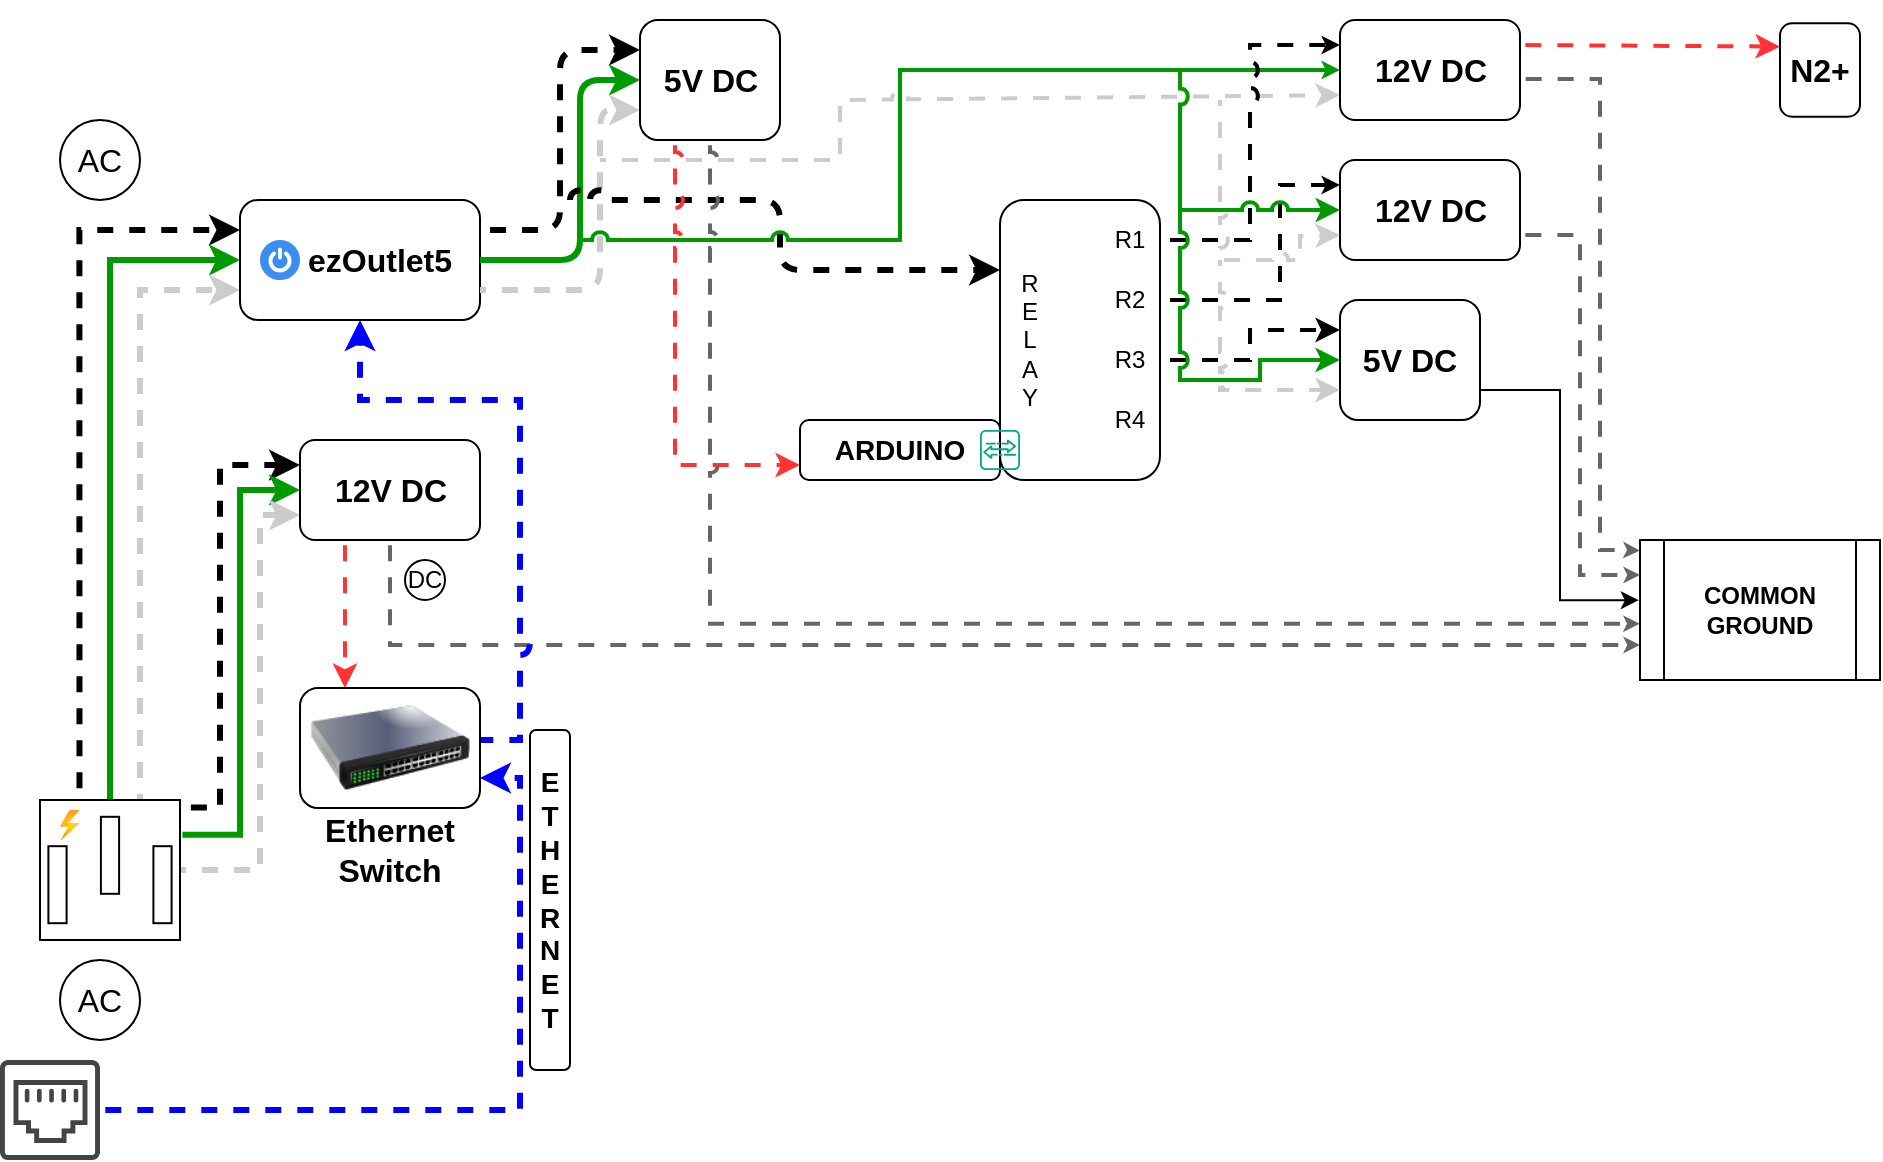
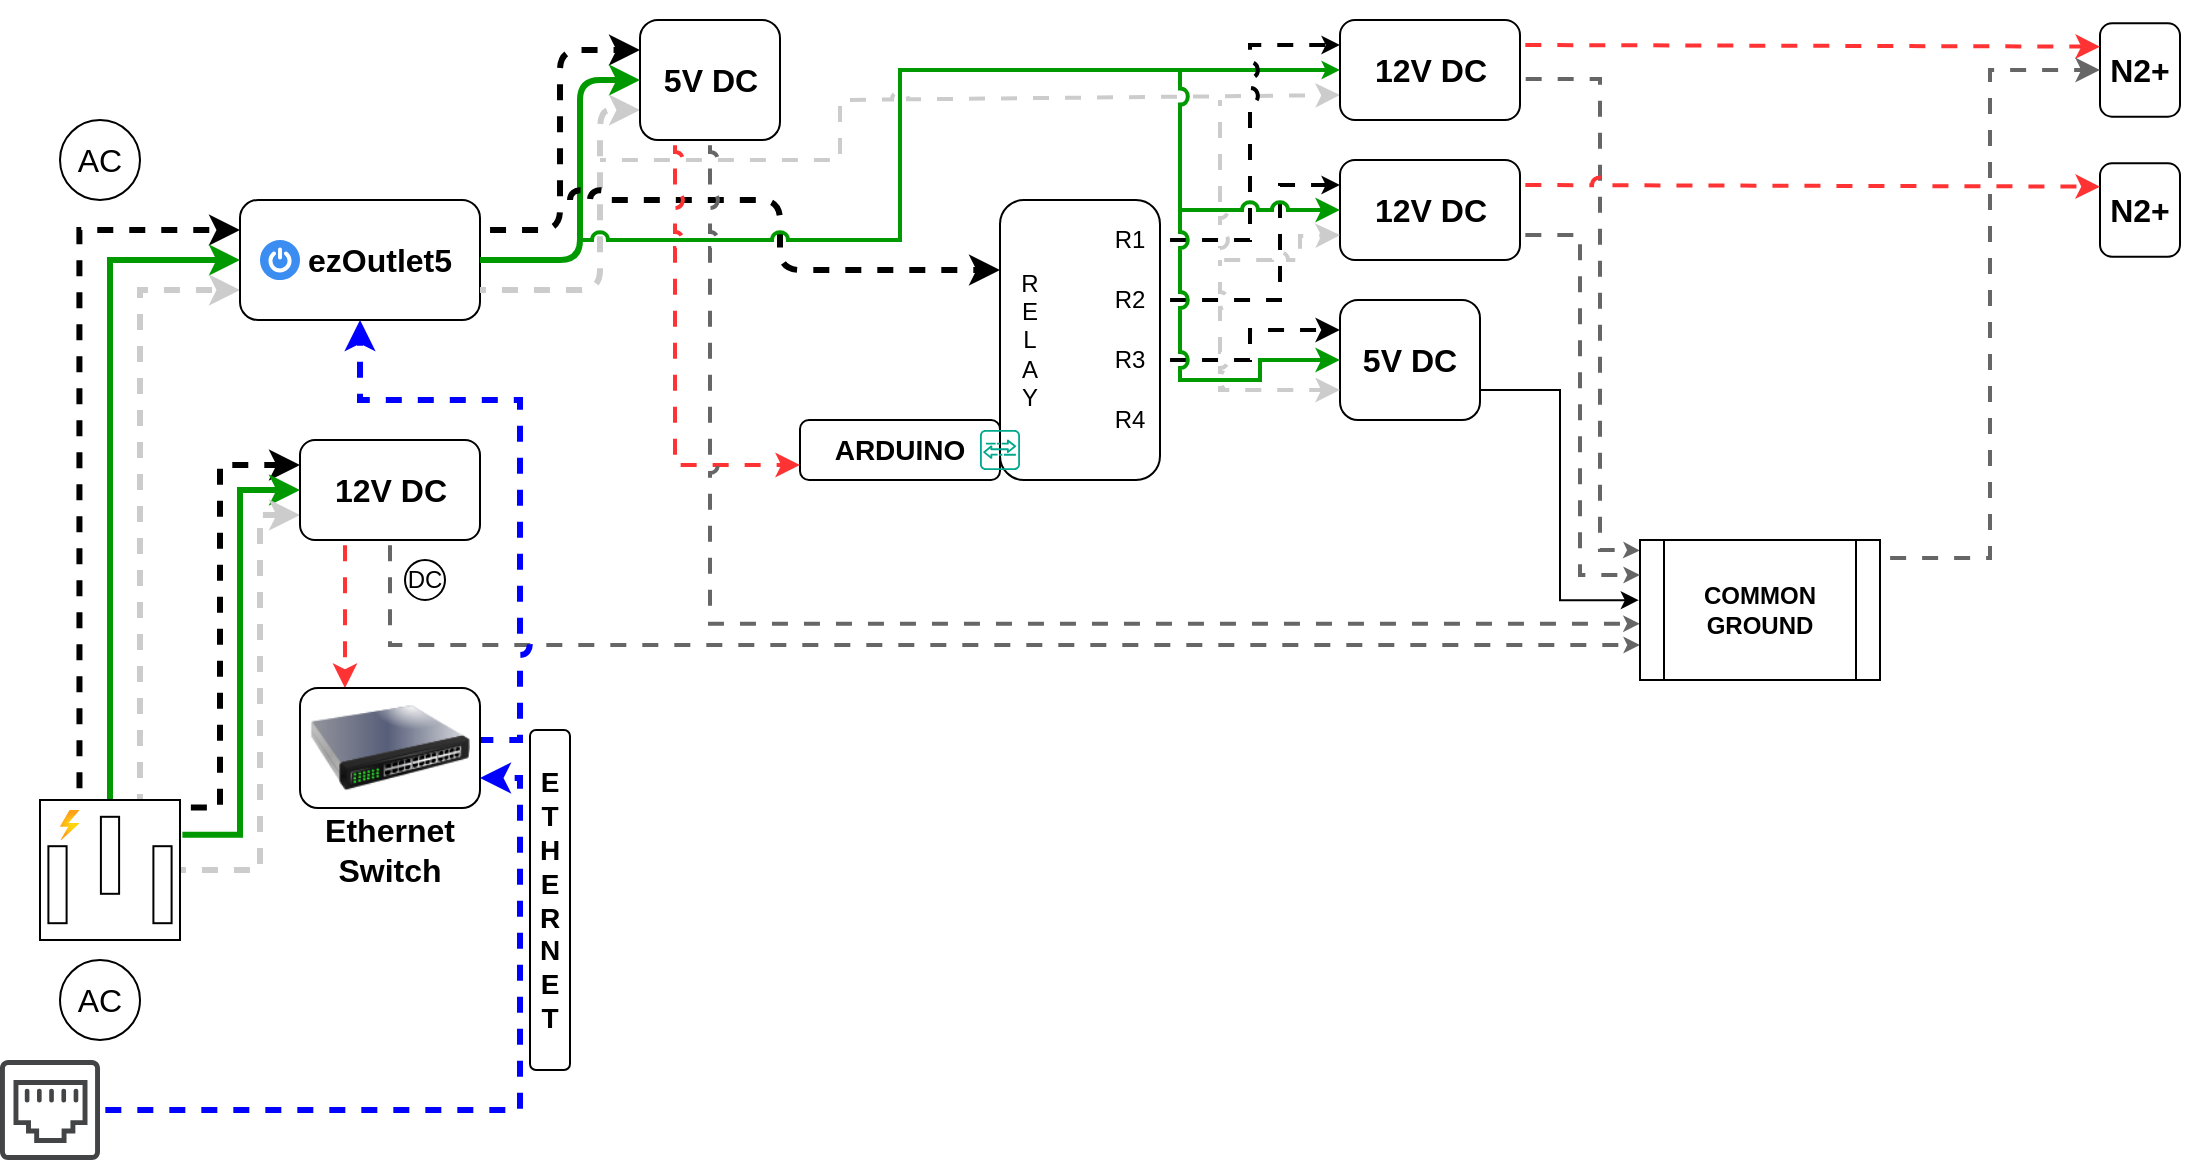
<mxfile host="app.diagrams.net" agent="Mozilla/5.0 (Windows NT 10.0; Win64; x64) AppleWebKit/537.36 (KHTML, like Gecko) Chrome/131.0.0.0 Safari/537.36 Edg/131.0.0.0" version="25.0.3">
  <diagram name="Page-1" id="VlRkN-xOVygPYa-iD9Ir">
-     <mxGraphModel dx="467" dy="292" grid="1" gridSize="10" guides="1" tooltips="1" connect="1" arrows="1" fold="1" page="1" pageScale="1" pageWidth="1600" pageHeight="900" background="none" math="0" shadow="0">
+     <mxGraphModel dx="1050" dy="658" grid="1" gridSize="10" guides="1" tooltips="1" connect="1" arrows="1" fold="1" page="1" pageScale="1" pageWidth="1600" pageHeight="900" background="none" math="0" shadow="0">
      <root>
        <mxCell id="0" />
        <mxCell id="1" parent="0" />
        <mxCell id="JVLtuT8sySUBbFbLTn6r-3" style="edgeStyle=orthogonalEdgeStyle;rounded=0;orthogonalLoop=1;jettySize=auto;html=1;entryX=0;entryY=0.25;entryDx=0;entryDy=0;exitX=0.282;exitY=-0.013;exitDx=0;exitDy=0;exitPerimeter=0;strokeWidth=3;flowAnimation=1;flowAnimationDirection=alternate;flowAnimationTimingFunction=ease-in-out;flowAnimationDuration=1500;jumpStyle=arc;" parent="1" source="pD8juBFKP1GN8B8eYQTb-1" target="pD8juBFKP1GN8B8eYQTb-3" edge="1">
          <mxGeometry relative="1" as="geometry" />
        </mxCell>
        <mxCell id="JVLtuT8sySUBbFbLTn6r-4" style="edgeStyle=orthogonalEdgeStyle;rounded=0;orthogonalLoop=1;jettySize=auto;html=1;exitX=0.5;exitY=0;exitDx=0;exitDy=0;exitPerimeter=0;entryX=0;entryY=0.5;entryDx=0;entryDy=0;strokeColor=#009900;strokeWidth=3;jumpStyle=arc;" parent="1" source="pD8juBFKP1GN8B8eYQTb-1" target="pD8juBFKP1GN8B8eYQTb-3" edge="1">
          <mxGeometry relative="1" as="geometry" />
        </mxCell>
        <mxCell id="JVLtuT8sySUBbFbLTn6r-5" style="edgeStyle=orthogonalEdgeStyle;rounded=0;orthogonalLoop=1;jettySize=auto;html=1;entryX=0;entryY=0.75;entryDx=0;entryDy=0;exitX=0.714;exitY=0;exitDx=0;exitDy=0;exitPerimeter=0;strokeWidth=3;strokeColor=#CCCCCC;flowAnimation=1;flowAnimationDirection=alternate-reverse;flowAnimationTimingFunction=ease-in-out;flowAnimationDuration=1500;jumpStyle=arc;" parent="1" source="pD8juBFKP1GN8B8eYQTb-1" target="pD8juBFKP1GN8B8eYQTb-3" edge="1">
          <mxGeometry relative="1" as="geometry">
            <mxPoint x="120" y="320" as="targetPoint" />
          </mxGeometry>
        </mxCell>
        <mxCell id="JVLtuT8sySUBbFbLTn6r-6" style="edgeStyle=orthogonalEdgeStyle;rounded=0;orthogonalLoop=1;jettySize=auto;html=1;entryX=0;entryY=0.25;entryDx=0;entryDy=0;exitX=1.006;exitY=0.054;exitDx=0;exitDy=0;exitPerimeter=0;strokeWidth=3;flowAnimation=1;flowAnimationDirection=alternate;flowAnimationTimingFunction=ease-in-out;flowAnimationDuration=1500;jumpStyle=arc;" parent="1" source="pD8juBFKP1GN8B8eYQTb-1" target="pD8juBFKP1GN8B8eYQTb-24" edge="1">
          <mxGeometry relative="1" as="geometry">
            <Array as="points">
              <mxPoint x="120" y="404" />
              <mxPoint x="120" y="233" />
            </Array>
          </mxGeometry>
        </mxCell>
        <mxCell id="JVLtuT8sySUBbFbLTn6r-7" style="edgeStyle=orthogonalEdgeStyle;rounded=0;orthogonalLoop=1;jettySize=auto;html=1;entryX=0;entryY=0.5;entryDx=0;entryDy=0;exitX=1.017;exitY=0.249;exitDx=0;exitDy=0;exitPerimeter=0;strokeWidth=3;strokeColor=#009900;jumpStyle=arc;" parent="1" source="pD8juBFKP1GN8B8eYQTb-1" target="pD8juBFKP1GN8B8eYQTb-24" edge="1">
          <mxGeometry relative="1" as="geometry" />
        </mxCell>
        <mxCell id="JVLtuT8sySUBbFbLTn6r-8" style="edgeStyle=orthogonalEdgeStyle;rounded=0;orthogonalLoop=1;jettySize=auto;html=1;entryX=0;entryY=0.75;entryDx=0;entryDy=0;strokeColor=#CCCCCC;strokeWidth=3;flowAnimation=1;flowAnimationDirection=alternate-reverse;flowAnimationTimingFunction=ease-in-out;flowAnimationDuration=1500;jumpStyle=arc;" parent="1" source="pD8juBFKP1GN8B8eYQTb-1" target="pD8juBFKP1GN8B8eYQTb-24" edge="1">
          <mxGeometry relative="1" as="geometry">
            <Array as="points">
              <mxPoint x="140" y="435" />
              <mxPoint x="140" y="258" />
            </Array>
          </mxGeometry>
        </mxCell>
        <mxCell id="JVLtuT8sySUBbFbLTn6r-1" value="" style="group" parent="1" vertex="1" connectable="0">
          <mxGeometry x="30" y="480" width="60" height="40" as="geometry" />
        </mxCell>
        <mxCell id="pD8juBFKP1GN8B8eYQTb-22" value="AC" style="text;html=1;align=center;verticalAlign=middle;whiteSpace=wrap;rounded=0;fontSize=16;" parent="JVLtuT8sySUBbFbLTn6r-1" vertex="1">
          <mxGeometry y="5" width="60" height="30" as="geometry" />
        </mxCell>
        <mxCell id="pD8juBFKP1GN8B8eYQTb-23" value="" style="ellipse;whiteSpace=wrap;html=1;fillColor=none;" parent="JVLtuT8sySUBbFbLTn6r-1" vertex="1">
          <mxGeometry x="10" width="40" height="40" as="geometry" />
        </mxCell>
        <mxCell id="JVLtuT8sySUBbFbLTn6r-2" value="" style="group" parent="1" vertex="1" connectable="0">
          <mxGeometry x="30" y="60" width="60" height="40" as="geometry" />
        </mxCell>
        <mxCell id="pD8juBFKP1GN8B8eYQTb-9" value="" style="ellipse;whiteSpace=wrap;html=1;fillColor=none;" parent="JVLtuT8sySUBbFbLTn6r-2" vertex="1">
          <mxGeometry x="10" width="40" height="40" as="geometry" />
        </mxCell>
        <mxCell id="pD8juBFKP1GN8B8eYQTb-11" value="AC" style="text;html=1;align=center;verticalAlign=middle;whiteSpace=wrap;rounded=0;fontSize=16;" parent="JVLtuT8sySUBbFbLTn6r-2" vertex="1">
          <mxGeometry y="5" width="60" height="30" as="geometry" />
        </mxCell>
        <mxCell id="JVLtuT8sySUBbFbLTn6r-9" value="" style="group" parent="1" vertex="1" connectable="0">
          <mxGeometry x="130" y="100" width="120" height="60" as="geometry" />
        </mxCell>
        <mxCell id="JVLtuT8sySUBbFbLTn6r-16" value="" style="group" parent="JVLtuT8sySUBbFbLTn6r-9" vertex="1" connectable="0">
          <mxGeometry width="120" height="60" as="geometry" />
        </mxCell>
        <mxCell id="pD8juBFKP1GN8B8eYQTb-3" value="" style="rounded=1;whiteSpace=wrap;html=1;" parent="JVLtuT8sySUBbFbLTn6r-16" vertex="1">
          <mxGeometry width="120" height="60" as="geometry" />
        </mxCell>
        <mxCell id="JVLtuT8sySUBbFbLTn6r-13" value="" style="sketch=0;html=1;aspect=fixed;strokeColor=none;shadow=0;fillColor=#3B8DF1;verticalAlign=top;labelPosition=center;verticalLabelPosition=bottom;shape=mxgraph.gcp2.a7_power" parent="JVLtuT8sySUBbFbLTn6r-16" vertex="1">
          <mxGeometry x="10" y="20" width="20" height="20" as="geometry" />
        </mxCell>
        <mxCell id="pD8juBFKP1GN8B8eYQTb-15" value="&lt;b&gt;ezOutlet5&lt;/b&gt;" style="text;html=1;align=center;verticalAlign=middle;whiteSpace=wrap;rounded=0;fontSize=16;" parent="JVLtuT8sySUBbFbLTn6r-16" vertex="1">
          <mxGeometry x="40" y="10" width="60" height="40" as="geometry" />
        </mxCell>
        <mxCell id="JVLtuT8sySUBbFbLTn6r-11" value="" style="group" parent="1" vertex="1" connectable="0">
          <mxGeometry x="160" y="220" width="90" height="50" as="geometry" />
        </mxCell>
        <mxCell id="JVLtuT8sySUBbFbLTn6r-72" value="" style="group" parent="JVLtuT8sySUBbFbLTn6r-11" vertex="1" connectable="0">
          <mxGeometry width="90" height="50" as="geometry" />
        </mxCell>
        <mxCell id="pD8juBFKP1GN8B8eYQTb-24" value="" style="rounded=1;whiteSpace=wrap;html=1;" parent="JVLtuT8sySUBbFbLTn6r-72" vertex="1">
          <mxGeometry width="90" height="50" as="geometry" />
        </mxCell>
        <mxCell id="JVLtuT8sySUBbFbLTn6r-10" value="&lt;font style=&quot;font-size: 16px;&quot;&gt;&lt;b&gt;12V DC&lt;/b&gt;&lt;/font&gt;" style="text;html=1;align=center;verticalAlign=middle;whiteSpace=wrap;rounded=0;" parent="JVLtuT8sySUBbFbLTn6r-72" vertex="1">
          <mxGeometry x="15.75" y="10" width="58.5" height="30" as="geometry" />
        </mxCell>
        <mxCell id="JVLtuT8sySUBbFbLTn6r-18" value="" style="group" parent="1" vertex="1" connectable="0">
          <mxGeometry x="30" y="400" width="70" height="70" as="geometry" />
        </mxCell>
        <mxCell id="pD8juBFKP1GN8B8eYQTb-1" value="" style="pointerEvents=1;verticalLabelPosition=bottom;shadow=0;dashed=0;align=center;html=1;verticalAlign=top;shape=mxgraph.electrical.miscellaneous.ac_out" parent="JVLtuT8sySUBbFbLTn6r-18" vertex="1">
          <mxGeometry width="70" height="70" as="geometry" />
        </mxCell>
        <mxCell id="JVLtuT8sySUBbFbLTn6r-12" value="" style="image;aspect=fixed;html=1;points=[];align=center;fontSize=12;image=img/lib/azure2/general/Power.svg;" parent="JVLtuT8sySUBbFbLTn6r-18" vertex="1">
          <mxGeometry x="10" y="5" width="9.72" height="15" as="geometry" />
        </mxCell>
        <mxCell id="JVLtuT8sySUBbFbLTn6r-23" style="edgeStyle=orthogonalEdgeStyle;rounded=0;orthogonalLoop=1;jettySize=auto;html=1;entryX=0.25;entryY=0;entryDx=0;entryDy=0;exitX=0.25;exitY=1;exitDx=0;exitDy=0;strokeColor=#FF3333;strokeWidth=2;flowAnimation=1;jumpStyle=arc;" parent="1" source="pD8juBFKP1GN8B8eYQTb-24" target="JVLtuT8sySUBbFbLTn6r-19" edge="1">
          <mxGeometry relative="1" as="geometry" />
        </mxCell>
        <mxCell id="JVLtuT8sySUBbFbLTn6r-28" value="" style="group" parent="1" vertex="1" connectable="0">
          <mxGeometry x="210" y="280" width="25" height="20" as="geometry" />
        </mxCell>
        <mxCell id="JVLtuT8sySUBbFbLTn6r-26" value="" style="ellipse;whiteSpace=wrap;html=1;aspect=fixed;" parent="JVLtuT8sySUBbFbLTn6r-28" vertex="1">
          <mxGeometry x="2.5" width="20" height="20" as="geometry" />
        </mxCell>
        <mxCell id="JVLtuT8sySUBbFbLTn6r-27" value="&lt;font&gt;DC&lt;/font&gt;" style="text;html=1;align=center;verticalAlign=middle;whiteSpace=wrap;rounded=0;" parent="JVLtuT8sySUBbFbLTn6r-28" vertex="1">
          <mxGeometry y="2.5" width="25" height="15" as="geometry" />
        </mxCell>
        <mxCell id="JVLtuT8sySUBbFbLTn6r-29" style="edgeStyle=orthogonalEdgeStyle;rounded=0;orthogonalLoop=1;jettySize=auto;html=1;exitX=0.5;exitY=1;exitDx=0;exitDy=0;strokeWidth=2;flowAnimation=1;strokeColor=#666666;jumpStyle=arc;entryX=0;entryY=0.75;entryDx=0;entryDy=0;endSize=2;" parent="1" source="pD8juBFKP1GN8B8eYQTb-24" target="0aRQkGjj-KWWZOeJOGup-9" edge="1">
          <mxGeometry relative="1" as="geometry">
            <mxPoint x="810" y="370" as="targetPoint" />
          </mxGeometry>
        </mxCell>
        <mxCell id="JVLtuT8sySUBbFbLTn6r-30" style="edgeStyle=orthogonalEdgeStyle;rounded=0;orthogonalLoop=1;jettySize=auto;html=1;exitX=1;exitY=0.5;exitDx=0;exitDy=0;entryX=0.5;entryY=1;entryDx=0;entryDy=0;strokeColor=#0000FF;strokeWidth=3;flowAnimation=1;jumpStyle=arc;" parent="1" source="JVLtuT8sySUBbFbLTn6r-19" target="pD8juBFKP1GN8B8eYQTb-3" edge="1">
          <mxGeometry relative="1" as="geometry">
            <Array as="points">
              <mxPoint x="270" y="370" />
              <mxPoint x="270" y="200" />
              <mxPoint x="190" y="200" />
            </Array>
          </mxGeometry>
        </mxCell>
        <mxCell id="JVLtuT8sySUBbFbLTn6r-33" value="" style="rounded=1;whiteSpace=wrap;html=1;" parent="1" vertex="1">
          <mxGeometry x="510" y="100" width="80" height="140" as="geometry" />
        </mxCell>
        <mxCell id="JVLtuT8sySUBbFbLTn6r-35" style="edgeStyle=orthogonalEdgeStyle;rounded=1;orthogonalLoop=1;jettySize=auto;html=1;exitX=1;exitY=0.25;exitDx=0;exitDy=0;entryX=0;entryY=0.25;entryDx=0;entryDy=0;curved=0;strokeWidth=3;flowAnimation=1;flowAnimationDirection=alternate;flowAnimationTimingFunction=ease-in-out;flowAnimationDuration=1500;jumpStyle=arc;" parent="1" source="pD8juBFKP1GN8B8eYQTb-3" target="JVLtuT8sySUBbFbLTn6r-34" edge="1">
          <mxGeometry relative="1" as="geometry" />
        </mxCell>
        <mxCell id="JVLtuT8sySUBbFbLTn6r-36" style="edgeStyle=orthogonalEdgeStyle;rounded=1;orthogonalLoop=1;jettySize=auto;html=1;exitX=1;exitY=0.5;exitDx=0;exitDy=0;entryX=0;entryY=0.5;entryDx=0;entryDy=0;curved=0;strokeWidth=3;strokeColor=#009900;jumpStyle=arc;" parent="1" source="pD8juBFKP1GN8B8eYQTb-3" target="JVLtuT8sySUBbFbLTn6r-34" edge="1">
          <mxGeometry relative="1" as="geometry">
            <Array as="points">
              <mxPoint x="300" y="130" />
              <mxPoint x="300" y="40" />
            </Array>
          </mxGeometry>
        </mxCell>
        <mxCell id="JVLtuT8sySUBbFbLTn6r-37" style="edgeStyle=orthogonalEdgeStyle;rounded=1;orthogonalLoop=1;jettySize=auto;html=1;exitX=1;exitY=0.75;exitDx=0;exitDy=0;entryX=0;entryY=0.75;entryDx=0;entryDy=0;curved=0;strokeColor=#CCCCCC;strokeWidth=3;flowAnimation=1;flowAnimationDirection=alternate-reverse;flowAnimationTimingFunction=ease-in-out;flowAnimationDuration=1500;jumpStyle=arc;" parent="1" source="pD8juBFKP1GN8B8eYQTb-3" target="JVLtuT8sySUBbFbLTn6r-34" edge="1">
          <mxGeometry relative="1" as="geometry">
            <Array as="points">
              <mxPoint x="310" y="145" />
              <mxPoint x="310" y="55" />
            </Array>
          </mxGeometry>
        </mxCell>
        <mxCell id="JVLtuT8sySUBbFbLTn6r-40" value="" style="endArrow=classic;html=1;rounded=1;curved=0;entryX=0;entryY=0.25;entryDx=0;entryDy=0;jumpStyle=arc;strokeWidth=3;flowAnimation=1;flowAnimationDirection=alternate;flowAnimationTimingFunction=ease-in-out;flowAnimationDuration=1500;" parent="1" target="JVLtuT8sySUBbFbLTn6r-33" edge="1">
          <mxGeometry width="50" height="50" relative="1" as="geometry">
            <mxPoint x="290" y="100" as="sourcePoint" />
            <mxPoint x="410" y="170" as="targetPoint" />
            <Array as="points">
              <mxPoint x="400" y="100" />
              <mxPoint x="400" y="135" />
            </Array>
          </mxGeometry>
        </mxCell>
        <mxCell id="JVLtuT8sySUBbFbLTn6r-51" value="" style="group" parent="1" vertex="1" connectable="0">
          <mxGeometry x="160" y="344" width="90" height="96" as="geometry" />
        </mxCell>
        <mxCell id="JVLtuT8sySUBbFbLTn6r-21" value="" style="group" parent="JVLtuT8sySUBbFbLTn6r-51" vertex="1" connectable="0">
          <mxGeometry width="90" height="70" as="geometry" />
        </mxCell>
        <mxCell id="JVLtuT8sySUBbFbLTn6r-50" value="" style="group" parent="JVLtuT8sySUBbFbLTn6r-21" vertex="1" connectable="0">
          <mxGeometry width="90" height="70" as="geometry" />
        </mxCell>
        <mxCell id="JVLtuT8sySUBbFbLTn6r-19" value="" style="rounded=1;whiteSpace=wrap;html=1;" parent="JVLtuT8sySUBbFbLTn6r-50" vertex="1">
          <mxGeometry width="90" height="60" as="geometry" />
        </mxCell>
        <mxCell id="JVLtuT8sySUBbFbLTn6r-49" value="" style="image;html=1;image=img/lib/clip_art/networking/Switch_128x128.png" parent="JVLtuT8sySUBbFbLTn6r-50" vertex="1">
          <mxGeometry x="5" y="-10" width="80" height="80" as="geometry" />
        </mxCell>
        <mxCell id="JVLtuT8sySUBbFbLTn6r-20" value="&lt;b&gt;&lt;font style=&quot;font-size: 16px;&quot;&gt;Ethernet&lt;/font&gt;&lt;/b&gt;&lt;div&gt;&lt;b&gt;&lt;font style=&quot;font-size: 16px;&quot;&gt;Switch&lt;/font&gt;&lt;/b&gt;&lt;/div&gt;" style="text;html=1;align=center;verticalAlign=middle;whiteSpace=wrap;rounded=0;" parent="JVLtuT8sySUBbFbLTn6r-51" vertex="1">
          <mxGeometry x="15" y="66" width="60" height="30" as="geometry" />
        </mxCell>
        <mxCell id="JVLtuT8sySUBbFbLTn6r-53" value="" style="group" parent="1" vertex="1" connectable="0">
          <mxGeometry x="330" y="10" width="70" height="60" as="geometry" />
        </mxCell>
        <mxCell id="JVLtuT8sySUBbFbLTn6r-71" value="" style="group" parent="JVLtuT8sySUBbFbLTn6r-53" vertex="1" connectable="0">
          <mxGeometry width="70" height="60" as="geometry" />
        </mxCell>
        <mxCell id="JVLtuT8sySUBbFbLTn6r-34" value="" style="rounded=1;whiteSpace=wrap;html=1;" parent="JVLtuT8sySUBbFbLTn6r-71" vertex="1">
          <mxGeometry width="70" height="60" as="geometry" />
        </mxCell>
        <mxCell id="JVLtuT8sySUBbFbLTn6r-52" value="&lt;font style=&quot;font-size: 16px;&quot;&gt;&lt;b&gt;5&lt;/b&gt;&lt;/font&gt;&lt;b style=&quot;font-size: 16px; background-color: initial;&quot;&gt;V DC&lt;/b&gt;" style="text;html=1;align=center;verticalAlign=middle;whiteSpace=wrap;rounded=0;" parent="JVLtuT8sySUBbFbLTn6r-71" vertex="1">
          <mxGeometry x="5.75" y="15" width="58.5" height="30" as="geometry" />
        </mxCell>
        <mxCell id="JVLtuT8sySUBbFbLTn6r-54" value="" style="endArrow=classic;html=1;rounded=0;entryX=0;entryY=0.5;entryDx=0;entryDy=0;jumpStyle=arc;strokeColor=#009900;strokeWidth=2;endSize=3;" parent="1" target="JVLtuT8sySUBbFbLTn6r-74" edge="1">
          <mxGeometry width="50" height="50" relative="1" as="geometry">
            <mxPoint x="300" y="120" as="sourcePoint" />
            <mxPoint x="350" y="80" as="targetPoint" />
            <Array as="points">
              <mxPoint x="460" y="120" />
              <mxPoint x="460" y="35" />
            </Array>
          </mxGeometry>
        </mxCell>
        <mxCell id="JVLtuT8sySUBbFbLTn6r-55" value="" style="endArrow=classic;html=1;rounded=0;entryX=0;entryY=0.75;entryDx=0;entryDy=0;strokeColor=#CCCCCC;strokeWidth=2;jumpStyle=arc;flowAnimation=1;flowAnimationDirection=alternate-reverse;flowAnimationTimingFunction=ease-in-out;flowAnimationDuration=1500;" parent="1" target="JVLtuT8sySUBbFbLTn6r-74" edge="1">
          <mxGeometry width="50" height="50" relative="1" as="geometry">
            <mxPoint x="310" y="80" as="sourcePoint" />
            <mxPoint x="350" y="140" as="targetPoint" />
            <Array as="points">
              <mxPoint x="430" y="80" />
              <mxPoint x="430" y="50" />
              <mxPoint x="520" y="50" />
            </Array>
          </mxGeometry>
        </mxCell>
        <mxCell id="JVLtuT8sySUBbFbLTn6r-56" value="R&lt;div&gt;E&lt;/div&gt;&lt;div&gt;L&lt;/div&gt;&lt;div&gt;A&lt;/div&gt;&lt;div&gt;Y&lt;/div&gt;" style="text;html=1;align=center;verticalAlign=middle;whiteSpace=wrap;rounded=0;" parent="1" vertex="1">
          <mxGeometry x="510" y="135" width="30" height="70" as="geometry" />
        </mxCell>
        <mxCell id="JVLtuT8sySUBbFbLTn6r-79" style="edgeStyle=orthogonalEdgeStyle;rounded=0;orthogonalLoop=1;jettySize=auto;html=1;exitX=1;exitY=0.5;exitDx=0;exitDy=0;entryX=0;entryY=0.25;entryDx=0;entryDy=0;strokeWidth=2;flowAnimation=1;flowAnimationDirection=alternate;flowAnimationTimingFunction=ease-in-out;flowAnimationDuration=1500;jumpStyle=arc;endSize=3;" parent="1" source="JVLtuT8sySUBbFbLTn6r-57" target="JVLtuT8sySUBbFbLTn6r-74" edge="1">
          <mxGeometry relative="1" as="geometry" />
        </mxCell>
        <mxCell id="JVLtuT8sySUBbFbLTn6r-57" value="R1" style="text;html=1;align=center;verticalAlign=middle;whiteSpace=wrap;rounded=0;" parent="1" vertex="1">
          <mxGeometry x="560" y="105" width="30" height="30" as="geometry" />
        </mxCell>
        <mxCell id="JVLtuT8sySUBbFbLTn6r-80" style="edgeStyle=orthogonalEdgeStyle;rounded=0;orthogonalLoop=1;jettySize=auto;html=1;exitX=1;exitY=0.5;exitDx=0;exitDy=0;entryX=0;entryY=0.25;entryDx=0;entryDy=0;strokeWidth=2;flowAnimation=1;flowAnimationDirection=alternate;flowAnimationTimingFunction=ease-in-out;flowAnimationDuration=1500;endSize=3;jumpStyle=arc;" parent="1" source="JVLtuT8sySUBbFbLTn6r-58" target="JVLtuT8sySUBbFbLTn6r-77" edge="1">
          <mxGeometry relative="1" as="geometry">
            <Array as="points">
              <mxPoint x="650" y="150" />
              <mxPoint x="650" y="93" />
            </Array>
          </mxGeometry>
        </mxCell>
        <mxCell id="JVLtuT8sySUBbFbLTn6r-58" value="R2" style="text;html=1;align=center;verticalAlign=middle;whiteSpace=wrap;rounded=0;" parent="1" vertex="1">
          <mxGeometry x="560" y="135" width="30" height="30" as="geometry" />
        </mxCell>
        <mxCell id="JVLtuT8sySUBbFbLTn6r-81" style="edgeStyle=orthogonalEdgeStyle;rounded=0;orthogonalLoop=1;jettySize=auto;html=1;exitX=1;exitY=0.5;exitDx=0;exitDy=0;entryX=0;entryY=0.25;entryDx=0;entryDy=0;strokeWidth=2;flowAnimation=1;flowAnimationDirection=alternate;flowAnimationTimingFunction=ease-in-out;flowAnimationDuration=1500;jumpStyle=arc;" parent="1" source="JVLtuT8sySUBbFbLTn6r-59" target="JVLtuT8sySUBbFbLTn6r-63" edge="1">
          <mxGeometry relative="1" as="geometry" />
        </mxCell>
        <mxCell id="JVLtuT8sySUBbFbLTn6r-59" value="R3" style="text;html=1;align=center;verticalAlign=middle;whiteSpace=wrap;rounded=0;" parent="1" vertex="1">
          <mxGeometry x="560" y="165" width="30" height="30" as="geometry" />
        </mxCell>
        <mxCell id="JVLtuT8sySUBbFbLTn6r-60" value="R4" style="text;html=1;align=center;verticalAlign=middle;whiteSpace=wrap;rounded=0;" parent="1" vertex="1">
          <mxGeometry x="560" y="195" width="30" height="30" as="geometry" />
        </mxCell>
        <mxCell id="JVLtuT8sySUBbFbLTn6r-67" value="" style="group" parent="1" vertex="1" connectable="0">
          <mxGeometry x="680" y="150" width="70" height="60" as="geometry" />
        </mxCell>
        <mxCell id="JVLtuT8sySUBbFbLTn6r-63" value="" style="rounded=1;whiteSpace=wrap;html=1;" parent="JVLtuT8sySUBbFbLTn6r-67" vertex="1">
          <mxGeometry width="70" height="60" as="geometry" />
        </mxCell>
        <mxCell id="JVLtuT8sySUBbFbLTn6r-62" value="" style="group" parent="JVLtuT8sySUBbFbLTn6r-67" vertex="1" connectable="0">
          <mxGeometry x="5" y="5" width="60" height="50" as="geometry" />
        </mxCell>
        <mxCell id="JVLtuT8sySUBbFbLTn6r-64" value="&lt;font style=&quot;font-size: 16px;&quot;&gt;&lt;b&gt;5&lt;/b&gt;&lt;/font&gt;&lt;b style=&quot;font-size: 16px; background-color: initial;&quot;&gt;V DC&lt;/b&gt;" style="text;html=1;align=center;verticalAlign=middle;whiteSpace=wrap;rounded=0;" parent="JVLtuT8sySUBbFbLTn6r-62" vertex="1">
          <mxGeometry x="4.928571428571428" y="12.5" width="50.14285714285714" height="25" as="geometry" />
        </mxCell>
        <mxCell id="JVLtuT8sySUBbFbLTn6r-73" value="" style="group" parent="1" vertex="1" connectable="0">
          <mxGeometry x="680" y="10" width="90" height="50" as="geometry" />
        </mxCell>
        <mxCell id="JVLtuT8sySUBbFbLTn6r-74" value="" style="rounded=1;whiteSpace=wrap;html=1;" parent="JVLtuT8sySUBbFbLTn6r-73" vertex="1">
          <mxGeometry width="90" height="50" as="geometry" />
        </mxCell>
        <mxCell id="JVLtuT8sySUBbFbLTn6r-75" value="&lt;font style=&quot;font-size: 16px;&quot;&gt;&lt;b&gt;12V DC&lt;/b&gt;&lt;/font&gt;" style="text;html=1;align=center;verticalAlign=middle;whiteSpace=wrap;rounded=0;" parent="JVLtuT8sySUBbFbLTn6r-73" vertex="1">
          <mxGeometry x="15.75" y="10" width="58.5" height="30" as="geometry" />
        </mxCell>
        <mxCell id="JVLtuT8sySUBbFbLTn6r-76" value="" style="group" parent="1" vertex="1" connectable="0">
          <mxGeometry x="680" y="80" width="90" height="50" as="geometry" />
        </mxCell>
        <mxCell id="JVLtuT8sySUBbFbLTn6r-77" value="" style="rounded=1;whiteSpace=wrap;html=1;" parent="JVLtuT8sySUBbFbLTn6r-76" vertex="1">
          <mxGeometry width="90" height="50" as="geometry" />
        </mxCell>
        <mxCell id="JVLtuT8sySUBbFbLTn6r-78" value="&lt;font style=&quot;font-size: 16px;&quot;&gt;&lt;b&gt;12V DC&lt;/b&gt;&lt;/font&gt;" style="text;html=1;align=center;verticalAlign=middle;whiteSpace=wrap;rounded=0;" parent="JVLtuT8sySUBbFbLTn6r-76" vertex="1">
          <mxGeometry x="15.75" y="10" width="58.5" height="30" as="geometry" />
        </mxCell>
        <mxCell id="JVLtuT8sySUBbFbLTn6r-82" value="" style="endArrow=classic;html=1;rounded=0;entryX=0;entryY=0.5;entryDx=0;entryDy=0;jumpStyle=arc;strokeColor=#009900;strokeWidth=2;" parent="1" target="JVLtuT8sySUBbFbLTn6r-77" edge="1">
          <mxGeometry width="50" height="50" relative="1" as="geometry">
            <mxPoint x="600" y="35" as="sourcePoint" />
            <mxPoint x="660" y="105" as="targetPoint" />
            <Array as="points">
              <mxPoint x="600" y="105" />
            </Array>
          </mxGeometry>
        </mxCell>
        <mxCell id="JVLtuT8sySUBbFbLTn6r-83" value="" style="endArrow=classic;html=1;rounded=0;entryX=0;entryY=0.75;entryDx=0;entryDy=0;strokeWidth=2;strokeColor=#CCCCCC;flowAnimation=1;flowAnimationTimingFunction=ease-in-out;flowAnimationDirection=alternate-reverse;jumpStyle=arc;flowAnimationDuration=1500;" parent="1" target="JVLtuT8sySUBbFbLTn6r-77" edge="1">
          <mxGeometry width="50" height="50" relative="1" as="geometry">
            <mxPoint x="620" y="50" as="sourcePoint" />
            <mxPoint x="480" y="40" as="targetPoint" />
            <Array as="points">
              <mxPoint x="620" y="130" />
              <mxPoint x="660" y="130" />
              <mxPoint x="660" y="118" />
            </Array>
          </mxGeometry>
        </mxCell>
        <mxCell id="JVLtuT8sySUBbFbLTn6r-88" value="" style="endArrow=classic;html=1;rounded=0;entryX=0;entryY=0.5;entryDx=0;entryDy=0;strokeColor=#009900;strokeWidth=2;jumpStyle=arc;" parent="1" target="JVLtuT8sySUBbFbLTn6r-63" edge="1">
          <mxGeometry width="50" height="50" relative="1" as="geometry">
            <mxPoint x="600" y="100" as="sourcePoint" />
            <mxPoint x="600" y="140" as="targetPoint" />
            <Array as="points">
              <mxPoint x="600" y="190" />
              <mxPoint x="640" y="190" />
              <mxPoint x="640" y="180" />
            </Array>
          </mxGeometry>
        </mxCell>
        <mxCell id="JVLtuT8sySUBbFbLTn6r-89" value="" style="endArrow=classic;html=1;rounded=0;entryX=0;entryY=0.75;entryDx=0;entryDy=0;strokeWidth=2;strokeColor=#CCCCCC;flowAnimation=1;jumpStyle=arc;flowAnimationTimingFunction=ease-in-out;flowAnimationDirection=alternate-reverse;flowAnimationDuration=1500;" parent="1" target="JVLtuT8sySUBbFbLTn6r-63" edge="1">
          <mxGeometry width="50" height="50" relative="1" as="geometry">
            <mxPoint x="620" y="130" as="sourcePoint" />
            <mxPoint x="600" y="100" as="targetPoint" />
            <Array as="points">
              <mxPoint x="620" y="195" />
            </Array>
          </mxGeometry>
        </mxCell>
        <mxCell id="JVLtuT8sySUBbFbLTn6r-90" value="&lt;b&gt;&lt;font style=&quot;font-size: 14px;&quot;&gt;ARDUINO&lt;/font&gt;&lt;/b&gt;" style="rounded=1;whiteSpace=wrap;html=1;" parent="1" vertex="1">
          <mxGeometry x="410" y="210" width="100" height="30" as="geometry" />
        </mxCell>
        <mxCell id="JVLtuT8sySUBbFbLTn6r-91" style="edgeStyle=orthogonalEdgeStyle;rounded=0;orthogonalLoop=1;jettySize=auto;html=1;exitX=0.25;exitY=1;exitDx=0;exitDy=0;entryX=0;entryY=0.75;entryDx=0;entryDy=0;strokeWidth=2;flowAnimation=1;strokeColor=#FF3333;jumpStyle=arc;" parent="1" source="JVLtuT8sySUBbFbLTn6r-34" target="JVLtuT8sySUBbFbLTn6r-90" edge="1">
          <mxGeometry relative="1" as="geometry" />
        </mxCell>
        <mxCell id="JVLtuT8sySUBbFbLTn6r-92" style="edgeStyle=orthogonalEdgeStyle;rounded=0;orthogonalLoop=1;jettySize=auto;html=1;exitX=0.5;exitY=1;exitDx=0;exitDy=0;entryX=-0.001;entryY=0.598;entryDx=0;entryDy=0;strokeWidth=2;flowAnimation=1;strokeColor=#666666;jumpStyle=arc;endSize=2;entryPerimeter=0;" parent="1" source="JVLtuT8sySUBbFbLTn6r-34" target="0aRQkGjj-KWWZOeJOGup-9" edge="1">
          <mxGeometry relative="1" as="geometry" />
        </mxCell>
        <mxCell id="JVLtuT8sySUBbFbLTn6r-93" value="" style="sketch=0;outlineConnect=0;fontColor=#232F3E;gradientColor=none;fillColor=#01A88D;strokeColor=none;dashed=0;verticalLabelPosition=bottom;verticalAlign=top;align=center;html=1;fontSize=12;fontStyle=0;aspect=fixed;shape=mxgraph.aws4.agent2;" parent="1" vertex="1">
          <mxGeometry x="500" y="215" width="20" height="20" as="geometry" />
        </mxCell>
-         <mxCell id="0aRQkGjj-KWWZOeJOGup-1" value="" style="endArrow=classic;html=1;rounded=0;entryX=1;entryY=0.75;entryDx=0;entryDy=0;strokeWidth=3;strokeColor=#0000FF;flowAnimation=1;jumpStyle=arc;" edge="1" parent="1" source="0aRQkGjj-KWWZOeJOGup-3" target="JVLtuT8sySUBbFbLTn6r-19">
+         <mxCell id="0aRQkGjj-KWWZOeJOGup-1" value="" style="endArrow=classic;html=1;rounded=0;entryX=1;entryY=0.75;entryDx=0;entryDy=0;strokeWidth=3;strokeColor=#0000FF;flowAnimation=1;jumpStyle=arc;" parent="1" source="0aRQkGjj-KWWZOeJOGup-3" target="JVLtuT8sySUBbFbLTn6r-19" edge="1">
          <mxGeometry width="50" height="50" relative="1" as="geometry">
            <mxPoint x="40" y="560" as="sourcePoint" />
            <mxPoint x="560" y="420" as="targetPoint" />
            <Array as="points">
              <mxPoint x="270" y="555" />
              <mxPoint x="270" y="389" />
            </Array>
          </mxGeometry>
        </mxCell>
-         <mxCell id="0aRQkGjj-KWWZOeJOGup-2" value="" style="group" vertex="1" connectable="0" parent="1">
+         <mxCell id="0aRQkGjj-KWWZOeJOGup-2" value="" style="group" parent="1" vertex="1" connectable="0">
          <mxGeometry x="270" y="365" width="30" height="170" as="geometry" />
        </mxCell>
        <mxCell id="JVLtuT8sySUBbFbLTn6r-31" value="" style="rounded=1;whiteSpace=wrap;html=1;" parent="0aRQkGjj-KWWZOeJOGup-2" vertex="1">
          <mxGeometry x="5" width="20" height="170" as="geometry" />
        </mxCell>
        <mxCell id="JVLtuT8sySUBbFbLTn6r-32" value="&lt;b&gt;&lt;font style=&quot;font-size: 14px;&quot;&gt;E&lt;/font&gt;&lt;/b&gt;&lt;div&gt;&lt;b&gt;&lt;font style=&quot;font-size: 14px;&quot;&gt;T&lt;/font&gt;&lt;/b&gt;&lt;/div&gt;&lt;div&gt;&lt;b&gt;&lt;font style=&quot;font-size: 14px;&quot;&gt;H&lt;/font&gt;&lt;/b&gt;&lt;/div&gt;&lt;div&gt;&lt;b&gt;&lt;font style=&quot;font-size: 14px;&quot;&gt;E&lt;/font&gt;&lt;/b&gt;&lt;/div&gt;&lt;div&gt;&lt;b&gt;&lt;font style=&quot;font-size: 14px;&quot;&gt;R&lt;/font&gt;&lt;/b&gt;&lt;/div&gt;&lt;div&gt;&lt;b&gt;&lt;font style=&quot;font-size: 14px;&quot;&gt;N&lt;/font&gt;&lt;/b&gt;&lt;/div&gt;&lt;div&gt;&lt;b&gt;&lt;font style=&quot;font-size: 14px;&quot;&gt;E&lt;/font&gt;&lt;/b&gt;&lt;/div&gt;&lt;div&gt;&lt;b&gt;&lt;font style=&quot;font-size: 14px;&quot;&gt;T&lt;/font&gt;&lt;/b&gt;&lt;/div&gt;" style="text;html=1;align=center;verticalAlign=middle;whiteSpace=wrap;rounded=0;" parent="0aRQkGjj-KWWZOeJOGup-2" vertex="1">
          <mxGeometry y="10" width="30" height="150" as="geometry" />
        </mxCell>
-         <mxCell id="0aRQkGjj-KWWZOeJOGup-3" value="" style="sketch=0;pointerEvents=1;shadow=0;dashed=0;html=1;strokeColor=none;fillColor=#434445;aspect=fixed;labelPosition=center;verticalLabelPosition=bottom;verticalAlign=top;align=center;outlineConnect=0;shape=mxgraph.vvd.ethernet_port;" vertex="1" parent="1">
+         <mxCell id="0aRQkGjj-KWWZOeJOGup-3" value="" style="sketch=0;pointerEvents=1;shadow=0;dashed=0;html=1;strokeColor=none;fillColor=#434445;aspect=fixed;labelPosition=center;verticalLabelPosition=bottom;verticalAlign=top;align=center;outlineConnect=0;shape=mxgraph.vvd.ethernet_port;" parent="1" vertex="1">
          <mxGeometry x="10" y="530" width="50" height="50" as="geometry" />
        </mxCell>
-         <mxCell id="0aRQkGjj-KWWZOeJOGup-6" value="" style="group" vertex="1" connectable="0" parent="1">
-           <mxGeometry x="890" width="60" height="70" as="geometry" />
-         </mxCell>
-         <mxCell id="0aRQkGjj-KWWZOeJOGup-4" value="" style="rounded=1;whiteSpace=wrap;html=1;" vertex="1" parent="0aRQkGjj-KWWZOeJOGup-6">
+         <mxCell id="0aRQkGjj-KWWZOeJOGup-6" value="" style="group" parent="1" vertex="1" connectable="0">
+           <mxGeometry x="1050" width="60" height="70" as="geometry" />
+         </mxCell>
+         <mxCell id="0aRQkGjj-KWWZOeJOGup-4" value="" style="rounded=1;whiteSpace=wrap;html=1;" parent="0aRQkGjj-KWWZOeJOGup-6" vertex="1">
          <mxGeometry x="10" y="11.666666666666668" width="40" height="46.66666666666667" as="geometry" />
        </mxCell>
-         <mxCell id="0aRQkGjj-KWWZOeJOGup-5" value="&lt;b&gt;&lt;font style=&quot;font-size: 16px;&quot;&gt;N2+&lt;/font&gt;&lt;/b&gt;" style="text;html=1;align=center;verticalAlign=middle;whiteSpace=wrap;rounded=0;" vertex="1" parent="0aRQkGjj-KWWZOeJOGup-6">
+         <mxCell id="0aRQkGjj-KWWZOeJOGup-5" value="&lt;b&gt;&lt;font style=&quot;font-size: 16px;&quot;&gt;N2+&lt;/font&gt;&lt;/b&gt;" style="text;html=1;align=center;verticalAlign=middle;whiteSpace=wrap;rounded=0;" parent="0aRQkGjj-KWWZOeJOGup-6" vertex="1">
          <mxGeometry x="10" y="11.666666666666668" width="40" height="46.66666666666667" as="geometry" />
        </mxCell>
-         <mxCell id="0aRQkGjj-KWWZOeJOGup-7" style="edgeStyle=orthogonalEdgeStyle;rounded=0;orthogonalLoop=1;jettySize=auto;html=1;exitX=1;exitY=0.25;exitDx=0;exitDy=0;entryX=0;entryY=0.25;entryDx=0;entryDy=0;strokeWidth=2;jumpStyle=arc;flowAnimation=1;strokeColor=#FF3333;" edge="1" parent="1" source="JVLtuT8sySUBbFbLTn6r-74" target="0aRQkGjj-KWWZOeJOGup-5">
-           <mxGeometry relative="1" as="geometry" />
-         </mxCell>
-         <mxCell id="0aRQkGjj-KWWZOeJOGup-8" style="edgeStyle=orthogonalEdgeStyle;rounded=0;orthogonalLoop=1;jettySize=auto;html=1;exitX=1.002;exitY=0.598;exitDx=0;exitDy=0;entryX=-0.001;entryY=0.075;entryDx=0;entryDy=0;strokeWidth=2;strokeColor=#666666;flowAnimation=1;jumpStyle=arc;endSize=2;exitPerimeter=0;entryPerimeter=0;" edge="1" parent="1" target="0aRQkGjj-KWWZOeJOGup-9">
+         <mxCell id="0aRQkGjj-KWWZOeJOGup-7" style="edgeStyle=orthogonalEdgeStyle;rounded=0;orthogonalLoop=1;jettySize=auto;html=1;exitX=1;exitY=0.25;exitDx=0;exitDy=0;entryX=0;entryY=0.25;entryDx=0;entryDy=0;strokeWidth=2;jumpStyle=arc;flowAnimation=1;strokeColor=#FF3333;" parent="1" source="JVLtuT8sySUBbFbLTn6r-74" target="0aRQkGjj-KWWZOeJOGup-5" edge="1">
+           <mxGeometry relative="1" as="geometry" />
+         </mxCell>
+         <mxCell id="0aRQkGjj-KWWZOeJOGup-8" style="edgeStyle=orthogonalEdgeStyle;rounded=0;orthogonalLoop=1;jettySize=auto;html=1;exitX=1.002;exitY=0.598;exitDx=0;exitDy=0;entryX=-0.001;entryY=0.075;entryDx=0;entryDy=0;strokeWidth=2;strokeColor=#666666;flowAnimation=1;jumpStyle=arc;endSize=2;exitPerimeter=0;entryPerimeter=0;" parent="1" target="0aRQkGjj-KWWZOeJOGup-9" edge="1">
          <mxGeometry relative="1" as="geometry">
            <mxPoint x="770.1800000000001" y="39.49999999999998" as="sourcePoint" />
            <mxPoint x="830" y="269.99000000000007" as="targetPoint" />
            <Array as="points">
              <mxPoint x="810" y="40" />
              <mxPoint x="810" y="275" />
              <mxPoint x="820" y="275" />
            </Array>
          </mxGeometry>
        </mxCell>
-         <mxCell id="0aRQkGjj-KWWZOeJOGup-11" value="" style="group" vertex="1" connectable="0" parent="1">
+         <mxCell id="0aRQkGjj-KWWZOeJOGup-11" value="" style="group" parent="1" vertex="1" connectable="0">
          <mxGeometry x="830" y="270" width="120" height="70" as="geometry" />
        </mxCell>
-         <mxCell id="0aRQkGjj-KWWZOeJOGup-9" value="" style="shape=process;whiteSpace=wrap;html=1;backgroundOutline=1;" vertex="1" parent="0aRQkGjj-KWWZOeJOGup-11">
+         <mxCell id="0aRQkGjj-KWWZOeJOGup-9" value="" style="shape=process;whiteSpace=wrap;html=1;backgroundOutline=1;" parent="0aRQkGjj-KWWZOeJOGup-11" vertex="1">
          <mxGeometry width="120" height="70" as="geometry" />
        </mxCell>
-         <mxCell id="0aRQkGjj-KWWZOeJOGup-10" value="&lt;b&gt;COMMON&lt;/b&gt;&lt;div&gt;&lt;b&gt;GROUND&lt;/b&gt;&lt;/div&gt;" style="text;html=1;align=center;verticalAlign=middle;whiteSpace=wrap;rounded=0;" vertex="1" parent="0aRQkGjj-KWWZOeJOGup-11">
+         <mxCell id="0aRQkGjj-KWWZOeJOGup-10" value="&lt;b&gt;COMMON&lt;/b&gt;&lt;div&gt;&lt;b&gt;GROUND&lt;/b&gt;&lt;/div&gt;" style="text;html=1;align=center;verticalAlign=middle;whiteSpace=wrap;rounded=0;" parent="0aRQkGjj-KWWZOeJOGup-11" vertex="1">
          <mxGeometry x="30" y="17.5" width="60" height="35" as="geometry" />
        </mxCell>
-         <mxCell id="0aRQkGjj-KWWZOeJOGup-16" style="edgeStyle=orthogonalEdgeStyle;rounded=0;orthogonalLoop=1;jettySize=auto;html=1;exitX=1;exitY=0.75;exitDx=0;exitDy=0;entryX=0;entryY=0.25;entryDx=0;entryDy=0;strokeColor=#666666;flowAnimation=1;strokeWidth=2;endSize=2;" edge="1" parent="1" source="JVLtuT8sySUBbFbLTn6r-77" target="0aRQkGjj-KWWZOeJOGup-9">
-           <mxGeometry relative="1" as="geometry" />
-         </mxCell>
-         <mxCell id="0aRQkGjj-KWWZOeJOGup-17" style="edgeStyle=orthogonalEdgeStyle;rounded=0;orthogonalLoop=1;jettySize=auto;html=1;exitX=1;exitY=0.75;exitDx=0;exitDy=0;entryX=-0.005;entryY=0.43;entryDx=0;entryDy=0;entryPerimeter=0;" edge="1" parent="1" source="JVLtuT8sySUBbFbLTn6r-63" target="0aRQkGjj-KWWZOeJOGup-9">
+         <mxCell id="0aRQkGjj-KWWZOeJOGup-16" style="edgeStyle=orthogonalEdgeStyle;rounded=0;orthogonalLoop=1;jettySize=auto;html=1;exitX=1;exitY=0.75;exitDx=0;exitDy=0;entryX=0;entryY=0.25;entryDx=0;entryDy=0;strokeColor=#666666;flowAnimation=1;strokeWidth=2;endSize=2;" parent="1" source="JVLtuT8sySUBbFbLTn6r-77" target="0aRQkGjj-KWWZOeJOGup-9" edge="1">
+           <mxGeometry relative="1" as="geometry" />
+         </mxCell>
+         <mxCell id="0aRQkGjj-KWWZOeJOGup-17" style="edgeStyle=orthogonalEdgeStyle;rounded=0;orthogonalLoop=1;jettySize=auto;html=1;exitX=1;exitY=0.75;exitDx=0;exitDy=0;entryX=-0.005;entryY=0.43;entryDx=0;entryDy=0;entryPerimeter=0;" parent="1" source="JVLtuT8sySUBbFbLTn6r-63" target="0aRQkGjj-KWWZOeJOGup-9" edge="1">
+           <mxGeometry relative="1" as="geometry" />
+         </mxCell>
+         <mxCell id="GU7d8YhSs9KX_iTgDBDw-1" value="" style="group" vertex="1" connectable="0" parent="1">
+           <mxGeometry x="1050" y="70" width="60" height="70" as="geometry" />
+         </mxCell>
+         <mxCell id="GU7d8YhSs9KX_iTgDBDw-2" value="" style="rounded=1;whiteSpace=wrap;html=1;" vertex="1" parent="GU7d8YhSs9KX_iTgDBDw-1">
+           <mxGeometry x="10" y="11.666666666666668" width="40" height="46.66666666666667" as="geometry" />
+         </mxCell>
+         <mxCell id="GU7d8YhSs9KX_iTgDBDw-3" value="&lt;b&gt;&lt;font style=&quot;font-size: 16px;&quot;&gt;N2+&lt;/font&gt;&lt;/b&gt;" style="text;html=1;align=center;verticalAlign=middle;whiteSpace=wrap;rounded=0;" vertex="1" parent="GU7d8YhSs9KX_iTgDBDw-1">
+           <mxGeometry x="10" y="11.666666666666668" width="40" height="46.66666666666667" as="geometry" />
+         </mxCell>
+         <mxCell id="GU7d8YhSs9KX_iTgDBDw-5" style="edgeStyle=orthogonalEdgeStyle;rounded=0;orthogonalLoop=1;jettySize=auto;html=1;exitX=1;exitY=0.25;exitDx=0;exitDy=0;entryX=0;entryY=0.25;entryDx=0;entryDy=0;strokeWidth=2;flowAnimation=1;strokeColor=#FF3333;jumpStyle=arc;" edge="1" parent="1" source="JVLtuT8sySUBbFbLTn6r-77" target="GU7d8YhSs9KX_iTgDBDw-3">
+           <mxGeometry relative="1" as="geometry" />
+         </mxCell>
+         <mxCell id="GU7d8YhSs9KX_iTgDBDw-6" style="edgeStyle=orthogonalEdgeStyle;rounded=0;orthogonalLoop=1;jettySize=auto;html=1;exitX=1.02;exitY=0.129;exitDx=0;exitDy=0;entryX=0;entryY=0.5;entryDx=0;entryDy=0;strokeWidth=2;flowAnimation=1;strokeColor=#666666;exitPerimeter=0;" edge="1" parent="1" source="0aRQkGjj-KWWZOeJOGup-9" target="0aRQkGjj-KWWZOeJOGup-5">
          <mxGeometry relative="1" as="geometry" />
        </mxCell>
      </root>
    </mxGraphModel>
  </diagram>
</mxfile>
